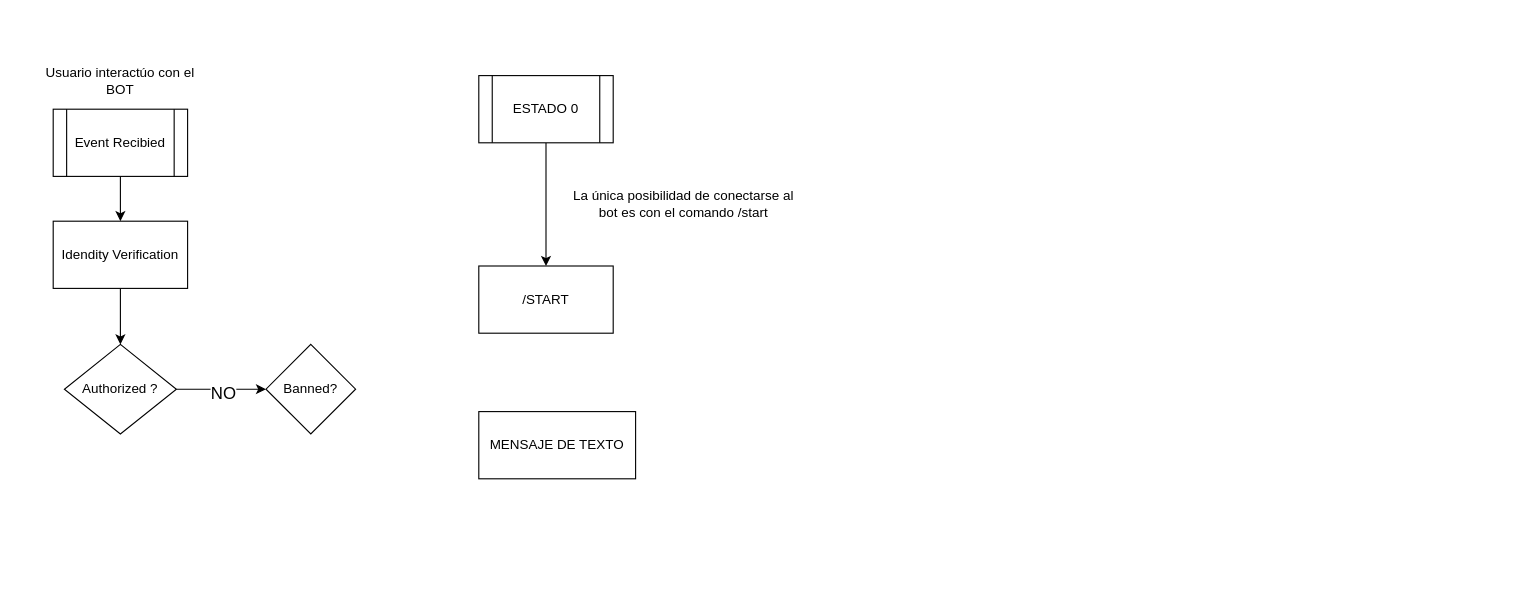
The draw.io diagram TLGM_BOT_V3/Diagrama-TLGBOTV3.drawio in lewopxd/draw.io-repos, before the edit. Source tidied: cells renumbered, new cells numbered last; positions are measured from the earlier drawing's top-left corner, leaving out a move shared by most shapes. Both pictures are drawn from the tidied source at 112%, with x=0, y=0 at pixel (36, 64).
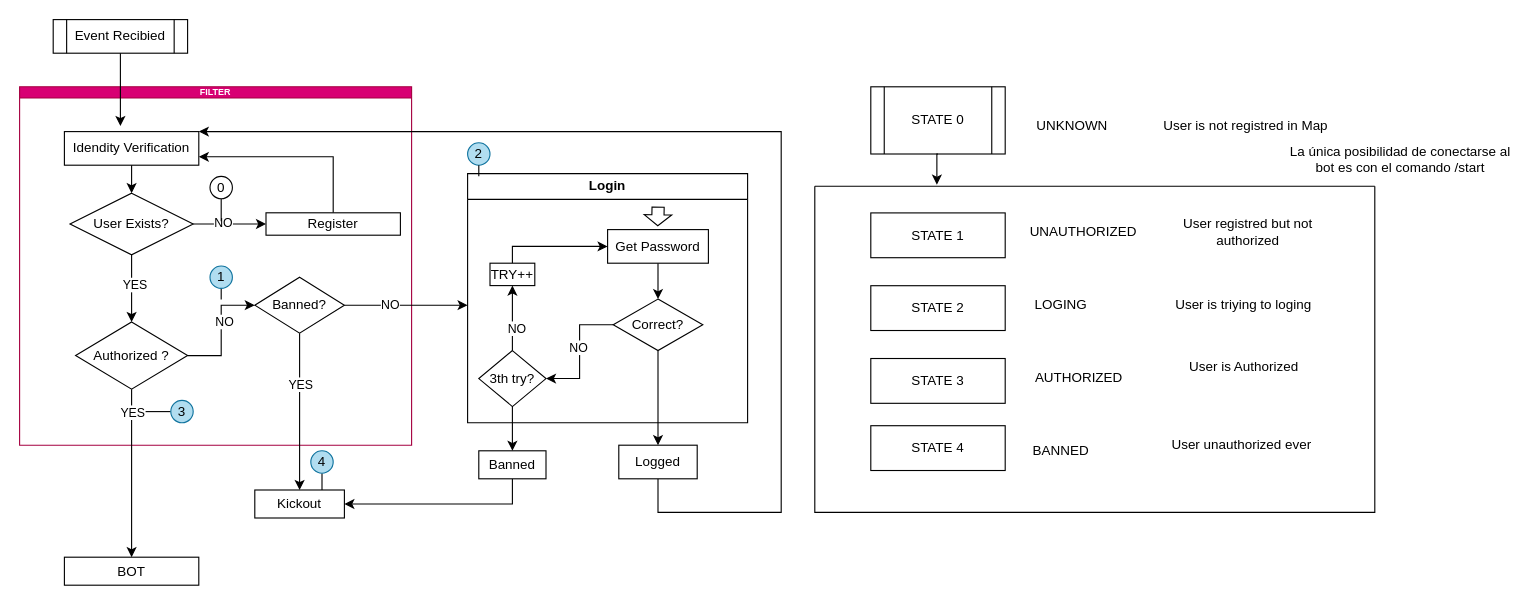
After the change.

Change to the diagram source:
```diff
@@
-    <mxCell id="2" style="edgeStyle=orthogonalEdgeStyle;rounded=0;jettySize=auto;html=1;exitX=0.5;exitY=1;exitDx=0;exitDy=0;entryX=0.5;entryY=0;entryDx=0;entryDy=0;" parent="1" edge="1" source="3" target="4">
-      <mxGeometry relative="1" as="geometry" />
-    </mxCell>
-    <mxCell id="3" value="ESTADO 0" style="shape=process;whiteSpace=wrap;html=1;backgroundOutline=1;" parent="1" vertex="1">
-      <mxGeometry x="395" y="10" width="120" height="60" as="geometry" />
+    <mxCell id="3" value="STATE 0" style="shape=process;whiteSpace=wrap;html=1;backgroundOutline=1;" parent="1" vertex="1">
+      <mxGeometry x="745" y="20" width="120" height="60" as="geometry" />
     </mxCell>
+    <mxCell id="5" value="La única posibilidad de conectarse al bot es con el comando /start" style="text;html=1;align=center;verticalAlign=middle;whiteSpace=wrap;rounded=0;" parent="1" vertex="1">
+      <mxGeometry x="1115" y="70" width="206" height="30" as="geometry" />
+    </mxCell>
+    <mxCell id="16" value="Login" style="swimlane;whiteSpace=wrap;html=1;" parent="1" vertex="1">
+      <mxGeometry x="385" y="97.5" width="250" height="222.5" as="geometry" />
+    </mxCell>
+    <mxCell id="17" style="edgeStyle=orthogonalEdgeStyle;rounded=0;jettySize=auto;html=1;exitX=0.5;exitY=1;exitDx=0;exitDy=0;" parent="16" edge="1" source="18" target="24">
+      <mxGeometry relative="1" as="geometry" />
+    </mxCell>
+    <mxCell id="18" value="Get Password" style="rounded=0;whiteSpace=wrap;html=1;" parent="16" vertex="1">
+      <mxGeometry x="125" y="50" width="90" height="30" as="geometry" />
+    </mxCell>
+    <mxCell id="19" style="edgeStyle=orthogonalEdgeStyle;rounded=0;jettySize=auto;html=1;exitX=0.5;exitY=0;exitDx=0;exitDy=0;entryX=0.5;entryY=1;entryDx=0;entryDy=0;" parent="16" edge="1" source="21" target="26">
+      <mxGeometry relative="1" as="geometry" />
+    </mxCell>
+    <mxCell id="20" value="NO" style="edgeLabel;html=1;align=center;verticalAlign=middle;" parent="19" vertex="1">
+      <mxGeometry x="-0.31" y="-3" relative="1" as="geometry" />
+    </mxCell>
+    <mxCell id="21" value="3th try?" style="rhombus;whiteSpace=wrap;html=1;" parent="16" vertex="1">
+      <mxGeometry x="10" y="158" width="60" height="50" as="geometry" />
+    </mxCell>
+    <mxCell id="22" style="edgeStyle=orthogonalEdgeStyle;rounded=0;jettySize=auto;html=1;exitX=0;exitY=0.5;exitDx=0;exitDy=0;entryX=1;entryY=0.5;entryDx=0;entryDy=0;" parent="16" edge="1" source="24" target="21">
+      <mxGeometry relative="1" as="geometry" />
+    </mxCell>
+    <mxCell id="23" value="NO" style="edgeLabel;html=1;align=center;verticalAlign=middle;" parent="22" vertex="1">
+      <mxGeometry x="-0.07" y="-2" relative="1" as="geometry" />
+    </mxCell>
+    <mxCell id="24" value="Correct?" style="rhombus;whiteSpace=wrap;html=1;" parent="16" vertex="1">
+      <mxGeometry x="130" y="112" width="80" height="46" as="geometry" />
+    </mxCell>
+    <mxCell id="25" style="edgeStyle=orthogonalEdgeStyle;rounded=0;jettySize=auto;html=1;exitX=0.5;exitY=0;exitDx=0;exitDy=0;entryX=0;entryY=0.5;entryDx=0;entryDy=0;" parent="16" edge="1" source="26" target="18">
+      <mxGeometry relative="1" as="geometry">
+        <Array as="points">
+          <mxPoint x="40" y="65" />
+        </Array>
+      </mxGeometry>
+    </mxCell>
+    <mxCell id="26" value="TRY++" style="rounded=0;whiteSpace=wrap;html=1;" parent="16" vertex="1">
+      <mxGeometry x="20" y="80" width="40" height="20" as="geometry" />
+    </mxCell>
+    <mxCell id="27" style="shape=flexArrow;endArrow=classic;html=1;rounded=0;width=10.857142857142858;endSize=2.8971428571428572;endWidth=12.653061224489795;" parent="16" edge="1">
+      <mxGeometry relative="1" as="geometry">
+        <mxPoint x="170.1" y="29.5" as="sourcePoint" />
+        <mxPoint x="169.8" y="47" as="targetPoint" />
+        <Array as="points">
+          <mxPoint x="170.1" y="29.5" />
+        </Array>
+      </mxGeometry>
+    </mxCell>
+    <mxCell id="8" value="Event Recibied" style="shape=process;whiteSpace=wrap;html=1;backgroundOutline=1;" parent="1" vertex="1">
+      <mxGeometry x="15" y="-40" width="120" height="30" as="geometry" />
+    </mxCell>
+    <mxCell id="28" value="FILTER" style="swimlane;whiteSpace=wrap;html=1;startSize=10;fontSize=8;fontColor=#ffffff;labelBorderColor=none;fillColor=#d80073;strokeColor=#A50040;" parent="1" vertex="1">
+      <mxGeometry x="-15" y="20" width="350" height="320" as="geometry" />
+    </mxCell>
+    <mxCell id="11" value="Idendity Verification" style="rounded=0;whiteSpace=wrap;html=1;" parent="28" vertex="1">
+      <mxGeometry x="40" y="40" width="120" height="30" as="geometry" />
+    </mxCell>
+    <mxCell id="14" value="Authorized ?" style="rhombus;whiteSpace=wrap;html=1;" parent="28" vertex="1">
+      <mxGeometry x="50" y="210" width="100" height="60" as="geometry" />
+    </mxCell>
+    <mxCell id="29" style="edgeStyle=orthogonalEdgeStyle;rounded=0;jettySize=auto;html=1;exitX=0.5;exitY=1;exitDx=0;exitDy=0;exitPerimeter=0;entryX=0.5;entryY=0;entryDx=0;entryDy=0;" parent="28" edge="1" source="33" target="14">
+      <mxGeometry relative="1" as="geometry" />
+    </mxCell>
+    <mxCell id="30" value="YES" style="edgeLabel;html=1;align=center;verticalAlign=middle;" parent="29" vertex="1">
+      <mxGeometry x="-0.13" y="2" relative="1" as="geometry" />
+    </mxCell>
+    <mxCell id="31" style="edgeStyle=orthogonalEdgeStyle;rounded=0;jettySize=auto;html=1;exitX=1;exitY=0.5;exitDx=0;exitDy=0;exitPerimeter=0;entryX=0;entryY=0.5;entryDx=0;entryDy=0;" parent="28" edge="1" source="33" target="39">
+      <mxGeometry relative="1" as="geometry" />
+    </mxCell>
+    <mxCell id="32" value="NO" style="edgeLabel;html=1;align=center;verticalAlign=middle;" parent="31" vertex="1">
+      <mxGeometry x="-0.2" y="2" relative="1" as="geometry">
+        <mxPoint y="1" as="offset" />
+      </mxGeometry>
+    </mxCell>
+    <mxCell id="33" value="User Exists?" style="strokeWidth=1;html=1;shape=mxgraph.flowchart.decision;whiteSpace=wrap;" parent="28" vertex="1">
+      <mxGeometry x="45" y="95" width="110" height="55" as="geometry" />
+    </mxCell>
+    <mxCell id="34" style="edgeStyle=orthogonalEdgeStyle;rounded=0;jettySize=auto;html=1;exitX=0.5;exitY=1;exitDx=0;exitDy=0;entryX=0.5;entryY=0;entryDx=0;entryDy=0;entryPerimeter=0;" parent="28" edge="1" source="11" target="33">
+      <mxGeometry relative="1" as="geometry" />
+    </mxCell>
+    <mxCell id="35" style="edgeStyle=orthogonalEdgeStyle;rounded=0;jettySize=auto;html=1;exitX=1;exitY=0.5;exitDx=0;exitDy=0;" parent="28" edge="1" source="15">
+      <mxGeometry relative="1" as="geometry">
+        <mxPoint x="400" y="195" as="targetPoint" />
+      </mxGeometry>
+    </mxCell>
+    <mxCell id="36" value="NO" style="edgeLabel;html=1;align=center;verticalAlign=middle;" parent="35" vertex="1">
+      <mxGeometry x="-0.28" y="1" relative="1" as="geometry" />
+    </mxCell>
+    <mxCell id="15" value="Banned?" style="rhombus;whiteSpace=wrap;html=1;" parent="28" vertex="1">
+      <mxGeometry x="210" y="170" width="80" height="50" as="geometry" />
+    </mxCell>
+    <mxCell id="12" style="edgeStyle=orthogonalEdgeStyle;rounded=0;jettySize=auto;html=1;exitX=1;exitY=0.5;exitDx=0;exitDy=0;entryX=0;entryY=0.5;entryDx=0;entryDy=0;" parent="28" edge="1" source="14" target="15">
+      <mxGeometry relative="1" as="geometry" />
+    </mxCell>
+    <mxCell id="37" value="NO" style="edgeLabel;html=1;align=center;verticalAlign=middle;fontSize=11;" parent="12" vertex="1">
+      <mxGeometry x="0.03" y="-2" relative="1" as="geometry">
+        <mxPoint y="-7" as="offset" />
+      </mxGeometry>
+    </mxCell>
+    <mxCell id="38" style="edgeStyle=orthogonalEdgeStyle;rounded=0;jettySize=auto;html=1;exitX=0.5;exitY=0;exitDx=0;exitDy=0;entryX=1;entryY=0.75;entryDx=0;entryDy=0;" parent="28" edge="1" source="39" target="11">
+      <mxGeometry relative="1" as="geometry" />
+    </mxCell>
+    <mxCell id="39" value="Register" style="rounded=0;whiteSpace=wrap;html=1;" parent="28" vertex="1">
+      <mxGeometry x="220" y="112.5" width="120" height="20" as="geometry" />
+    </mxCell>
+    <mxCell id="40" style="edgeStyle=orthogonalEdgeStyle;rounded=0;jettySize=auto;html=1;exitX=0.5;exitY=1;exitDx=0;exitDy=0;endArrow=none;startFill=0;" parent="28" edge="1" source="41">
+      <mxGeometry relative="1" as="geometry">
+        <mxPoint x="180" y="120" as="targetPoint" />
+      </mxGeometry>
+    </mxCell>
+    <mxCell id="41" value="0" style="ellipse;whiteSpace=wrap;html=1;" parent="28" vertex="1">
+      <mxGeometry x="170" y="80" width="20" height="20" as="geometry" />
+    </mxCell>
+    <mxCell id="42" style="edgeStyle=orthogonalEdgeStyle;rounded=0;jettySize=auto;html=1;exitX=0.5;exitY=1;exitDx=0;exitDy=0;endArrow=none;startFill=0;" parent="28" edge="1" source="43">
+      <mxGeometry relative="1" as="geometry">
+        <mxPoint x="180" y="190" as="targetPoint" />
+      </mxGeometry>
+    </mxCell>
+    <mxCell id="43" value="1" style="ellipse;whiteSpace=wrap;html=1;fillColor=#b1ddf0;strokeColor=#10739e;" parent="28" vertex="1">
+      <mxGeometry x="170" y="160" width="20" height="20" as="geometry" />
+    </mxCell>
+    <mxCell id="44" style="edgeStyle=orthogonalEdgeStyle;rounded=0;jettySize=auto;html=1;exitX=0;exitY=0.5;exitDx=0;exitDy=0;endArrow=none;startFill=0;" parent="28" edge="1" source="45">
+      <mxGeometry relative="1" as="geometry">
+        <mxPoint x="110" y="290" as="targetPoint" />
+      </mxGeometry>
+    </mxCell>
+    <mxCell id="45" value="3" style="ellipse;whiteSpace=wrap;html=1;fillColor=#b1ddf0;strokeColor=#10739e;" parent="28" vertex="1">
+      <mxGeometry x="135" y="280" width="20" height="20" as="geometry" />
+    </mxCell>
+    <mxCell id="46" style="edgeStyle=orthogonalEdgeStyle;rounded=0;jettySize=auto;html=1;exitX=0.5;exitY=1;exitDx=0;exitDy=0;entryX=0.5;entryY=0;entryDx=0;entryDy=0;" parent="1" edge="1" source="8">
+      <mxGeometry relative="1" as="geometry">
+        <mxPoint x="75" y="55" as="targetPoint" />
+      </mxGeometry>
+    </mxCell>
+    <mxCell id="47" value="BOT" style="rounded=0;whiteSpace=wrap;html=1;" parent="1" vertex="1">
+      <mxGeometry x="25" y="440" width="120" height="25" as="geometry" />
+    </mxCell>
+    <mxCell id="48" style="edgeStyle=orthogonalEdgeStyle;rounded=0;jettySize=auto;html=1;exitX=0.5;exitY=1;exitDx=0;exitDy=0;entryX=0.5;entryY=0;entryDx=0;entryDy=0;" parent="1" edge="1" source="14" target="47">
+      <mxGeometry relative="1" as="geometry" />
+    </mxCell>
+    <mxCell id="49" value="&lt;font&gt;YES&lt;/font&gt;" style="edgeLabel;html=1;align=center;verticalAlign=middle;fontSize=11;" parent="48" vertex="1">
+      <mxGeometry x="-0.5" relative="1" as="geometry">
+        <mxPoint y="-18" as="offset" />
+      </mxGeometry>
+    </mxCell>
+    <mxCell id="50" style="edgeStyle=orthogonalEdgeStyle;rounded=0;jettySize=auto;html=1;exitX=0.5;exitY=1;exitDx=0;exitDy=0;entryX=1;entryY=0;entryDx=0;entryDy=0;" parent="1" edge="1" source="57" target="11">
+      <mxGeometry relative="1" as="geometry">
+        <Array as="points">
+          <mxPoint x="555" y="400" />
+          <mxPoint x="665" y="400" />
+          <mxPoint x="665" y="60" />
+        </Array>
+      </mxGeometry>
+    </mxCell>
+    <mxCell id="51" value="Kickout" style="rounded=0;whiteSpace=wrap;html=1;" parent="1" vertex="1">
+      <mxGeometry x="195" y="380" width="80" height="25" as="geometry" />
+    </mxCell>
+    <mxCell id="52" style="edgeStyle=orthogonalEdgeStyle;rounded=0;jettySize=auto;html=1;exitX=0.5;exitY=1;exitDx=0;exitDy=0;" parent="1" edge="1" source="15" target="51">
+      <mxGeometry relative="1" as="geometry" />
+    </mxCell>
+    <mxCell id="53" value="YES" style="edgeLabel;html=1;align=center;verticalAlign=middle;fontSize=11;" parent="52" vertex="1">
+      <mxGeometry x="-0.1" y="-1" relative="1" as="geometry">
+        <mxPoint x="1" y="-18" as="offset" />
+      </mxGeometry>
+    </mxCell>
+    <mxCell id="54" style="edgeStyle=orthogonalEdgeStyle;rounded=0;jettySize=auto;html=1;exitX=0.5;exitY=1;exitDx=0;exitDy=0;entryX=1;entryY=0.5;entryDx=0;entryDy=0;" parent="1" edge="1" source="55" target="51">
+      <mxGeometry relative="1" as="geometry" />
+    </mxCell>
+    <mxCell id="55" value="Banned" style="rounded=0;whiteSpace=wrap;html=1;" parent="1" vertex="1">
+      <mxGeometry x="395" y="345" width="60" height="25" as="geometry" />
+    </mxCell>
+    <mxCell id="56" style="edgeStyle=orthogonalEdgeStyle;rounded=0;jettySize=auto;html=1;exitX=0.5;exitY=1;exitDx=0;exitDy=0;entryX=0.5;entryY=0;entryDx=0;entryDy=0;" parent="1" edge="1" source="21" target="55">
+      <mxGeometry relative="1" as="geometry" />
+    </mxCell>
+    <mxCell id="57" value="Logged" style="rounded=0;whiteSpace=wrap;html=1;" parent="1" vertex="1">
+      <mxGeometry x="520" y="340" width="70" height="30" as="geometry" />
+    </mxCell>
+    <mxCell id="58" style="edgeStyle=orthogonalEdgeStyle;rounded=0;jettySize=auto;html=1;exitX=0.5;exitY=1;exitDx=0;exitDy=0;" parent="1" edge="1" source="24" target="57">
+      <mxGeometry relative="1" as="geometry" />
+    </mxCell>
+    <mxCell id="59" style="swimlane;startSize=0;" parent="1" vertex="1">
+      <mxGeometry x="695" y="108.8" width="500" height="291.2" as="geometry" />
+    </mxCell>
-    <mxCell id="4" value="/START" style="rounded=0;whiteSpace=wrap;html=1;" parent="1" vertex="1">
-      <mxGeometry x="395" y="180" width="120" height="60" as="geometry" />
+    <mxCell id="4" value="STATE 1" style="rounded=0;whiteSpace=wrap;html=1;" parent="59" vertex="1">
+      <mxGeometry x="50" y="23.8" width="120" height="40" as="geometry" />
     </mxCell>
-    <mxCell id="5" value="La única posibilidad de conectarse al bot es con el comando /start" style="text;html=1;align=center;verticalAlign=middle;whiteSpace=wrap;rounded=0;" parent="1" vertex="1">
-      <mxGeometry x="475" y="110" width="206" height="30" as="geometry" />
-    </mxCell>
-    <mxCell id="6" value="Usuario interactúo con el BOT" style="text;html=1;align=center;verticalAlign=middle;whiteSpace=wrap;rounded=0;" parent="1" vertex="1">
-      <mxGeometry width="150" height="30" as="geometry" />
-    </mxCell>
-    <mxCell id="7" style="edgeStyle=orthogonalEdgeStyle;rounded=0;jettySize=auto;html=1;exitX=0.5;exitY=1;exitDx=0;exitDy=0;entryX=0.5;entryY=0;entryDx=0;entryDy=0;" parent="1" edge="1" source="8" target="11">
-      <mxGeometry relative="1" as="geometry" />
-    </mxCell>
-    <mxCell id="8" value="Event Recibied" style="shape=process;whiteSpace=wrap;html=1;backgroundOutline=1;" parent="1" vertex="1">
-      <mxGeometry x="15" y="40" width="120" height="60" as="geometry" />
-    </mxCell>
-    <mxCell id="9" value="MENSAJE DE TEXTO" style="rounded=0;whiteSpace=wrap;html=1;" parent="1" vertex="1">
-      <mxGeometry x="395" y="310" width="140" height="60" as="geometry" />
-    </mxCell>
-    <mxCell id="10" style="edgeStyle=orthogonalEdgeStyle;rounded=0;jettySize=auto;html=1;exitX=0.5;exitY=1;exitDx=0;exitDy=0;entryX=0.5;entryY=0;entryDx=0;entryDy=0;" parent="1" edge="1" source="11" target="14">
-      <mxGeometry relative="1" as="geometry" />
-    </mxCell>
-    <mxCell id="11" value="Idendity Verification" style="rounded=0;whiteSpace=wrap;html=1;" parent="1" vertex="1">
-      <mxGeometry x="15" y="140" width="120" height="60" as="geometry" />
-    </mxCell>
-    <mxCell id="12" style="edgeStyle=orthogonalEdgeStyle;rounded=0;jettySize=auto;html=1;exitX=1;exitY=0.5;exitDx=0;exitDy=0;entryX=0;entryY=0.5;entryDx=0;entryDy=0;" parent="1" edge="1" source="14" target="15">
-      <mxGeometry relative="1" as="geometry" />
-    </mxCell>
-    <mxCell id="13" value="NO" style="edgeLabel;html=1;align=center;verticalAlign=middle;fontSize=15;" parent="12" vertex="1">
-      <mxGeometry x="0.03" y="-2" relative="1" as="geometry" />
-    </mxCell>
-    <mxCell id="14" value="Authorized ?" style="rhombus;whiteSpace=wrap;html=1;" parent="1" vertex="1">
-      <mxGeometry x="25" y="250" width="100" height="80" as="geometry" />
-    </mxCell>
-    <mxCell id="15" value="Banned?" style="rhombus;whiteSpace=wrap;html=1;" parent="1" vertex="1">
-      <mxGeometry x="205" y="250" width="80" height="80" as="geometry" />
-    </mxCell>
+    <mxCell id="60" value="STATE 2" style="rounded=0;whiteSpace=wrap;html=1;" parent="59" vertex="1">
+      <mxGeometry x="50" y="88.8" width="120" height="40" as="geometry" />
+    </mxCell>
+    <mxCell id="61" value="UNAUTHORIZED" style="text;html=1;align=center;verticalAlign=middle;whiteSpace=wrap;rounded=0;" parent="59" vertex="1">
+      <mxGeometry x="180" y="26.2" width="120" height="30" as="geometry" />
+    </mxCell>
+    <mxCell id="62" value="LOGING" style="text;html=1;align=center;verticalAlign=middle;whiteSpace=wrap;rounded=0;" parent="59" vertex="1">
+      <mxGeometry x="160" y="91.2" width="120" height="30" as="geometry" />
+    </mxCell>
+    <mxCell id="63" value="STATE 3" style="rounded=0;whiteSpace=wrap;html=1;" parent="59" vertex="1">
+      <mxGeometry x="50" y="153.8" width="120" height="40" as="geometry" />
+    </mxCell>
+    <mxCell id="64" value="AUTHORIZED" style="text;html=1;align=center;verticalAlign=middle;whiteSpace=wrap;rounded=0;" parent="59" vertex="1">
+      <mxGeometry x="176" y="156.2" width="120" height="30" as="geometry" />
+    </mxCell>
+    <mxCell id="65" value="STATE 4" style="rounded=0;whiteSpace=wrap;html=1;" parent="59" vertex="1">
+      <mxGeometry x="50" y="213.8" width="120" height="40" as="geometry" />
+    </mxCell>
+    <mxCell id="66" value="BANNED" style="text;html=1;align=center;verticalAlign=middle;whiteSpace=wrap;rounded=0;" parent="59" vertex="1">
+      <mxGeometry x="160" y="221.2" width="120" height="30" as="geometry" />
+    </mxCell>
+    <mxCell id="67" value="User registred but not authorized" style="text;html=1;align=center;verticalAlign=middle;whiteSpace=wrap;rounded=0;" parent="59" vertex="1">
+      <mxGeometry x="304" y="26.2" width="166" height="30" as="geometry" />
+    </mxCell>
+    <mxCell id="68" value="User is triying to loging" style="text;html=1;align=center;verticalAlign=middle;whiteSpace=wrap;rounded=0;" parent="59" vertex="1">
+      <mxGeometry x="300" y="91.2" width="166" height="30" as="geometry" />
+    </mxCell>
+    <mxCell id="69" value="User is Authorized&amp;nbsp;" style="text;html=1;align=center;verticalAlign=middle;whiteSpace=wrap;rounded=0;" parent="59" vertex="1">
+      <mxGeometry x="302" y="146.2" width="166" height="30" as="geometry" />
+    </mxCell>
+    <mxCell id="70" value="User unauthorized ever&amp;nbsp;" style="text;html=1;align=center;verticalAlign=middle;whiteSpace=wrap;rounded=0;" parent="59" vertex="1">
+      <mxGeometry x="300" y="216.2" width="166" height="30" as="geometry" />
+    </mxCell>
+    <mxCell id="71" value="2" style="ellipse;whiteSpace=wrap;html=1;fillColor=#b1ddf0;strokeColor=#10739e;" parent="1" vertex="1">
+      <mxGeometry x="385" y="70" width="20" height="20" as="geometry" />
+    </mxCell>
+    <mxCell id="72" style="edgeStyle=orthogonalEdgeStyle;rounded=0;jettySize=auto;html=1;exitX=0.5;exitY=1;exitDx=0;exitDy=0;entryX=0.04;entryY=0.011;entryDx=0;entryDy=0;entryPerimeter=0;endArrow=none;startFill=0;" parent="1" edge="1" source="71" target="16">
+      <mxGeometry relative="1" as="geometry" />
+    </mxCell>
+    <mxCell id="73" style="edgeStyle=orthogonalEdgeStyle;rounded=0;jettySize=auto;html=1;exitX=0.5;exitY=1;exitDx=0;exitDy=0;entryX=0.218;entryY=-0.005;entryDx=0;entryDy=0;entryPerimeter=0;" parent="1" edge="1" source="3" target="59">
+      <mxGeometry relative="1" as="geometry" />
+    </mxCell>
+    <mxCell id="74" value="UNKNOWN" style="text;html=1;align=center;verticalAlign=middle;whiteSpace=wrap;rounded=0;" parent="1" vertex="1">
+      <mxGeometry x="875" y="40" width="100" height="30" as="geometry" />
+    </mxCell>
+    <mxCell id="75" value="User is not registred in Map" style="text;html=1;align=center;verticalAlign=middle;whiteSpace=wrap;rounded=0;" parent="1" vertex="1">
+      <mxGeometry x="995" y="40" width="170" height="30" as="geometry" />
+    </mxCell>
+    <mxCell id="76" style="edgeStyle=orthogonalEdgeStyle;rounded=0;jettySize=auto;html=1;exitX=0.5;exitY=1;exitDx=0;exitDy=0;entryX=0.75;entryY=0;entryDx=0;entryDy=0;endArrow=none;startFill=0;" parent="1" edge="1" source="77" target="51">
+      <mxGeometry relative="1" as="geometry" />
+    </mxCell>
+    <mxCell id="77" value="4" style="ellipse;whiteSpace=wrap;html=1;fillColor=#b1ddf0;strokeColor=#10739e;" parent="1" vertex="1">
+      <mxGeometry x="245" y="345" width="20" height="20" as="geometry" />
+    </mxCell>
```
